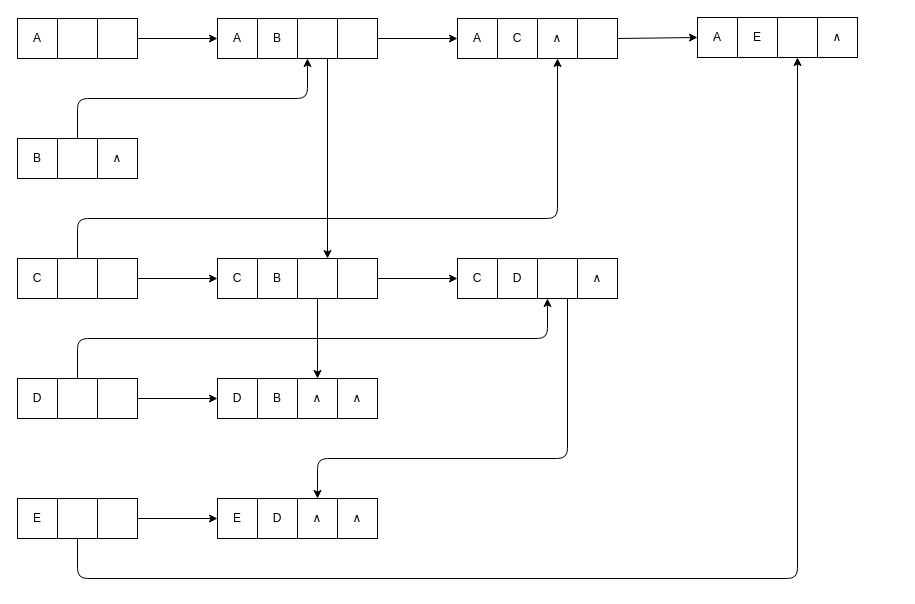
Above: Courses/Algorithms/ImgSubmission/Cross.drawio in HolmesAmzish/Milton-Code (draw.io), before the change. Source tidied: cells renumbered, new cells numbered last; positions are measured from the earlier drawing's top-left corner, leaving out a move shared by most shapes. Both pictures are drawn from the tidied source at 100%, with x=0, y=0 at pixel (17, 17).
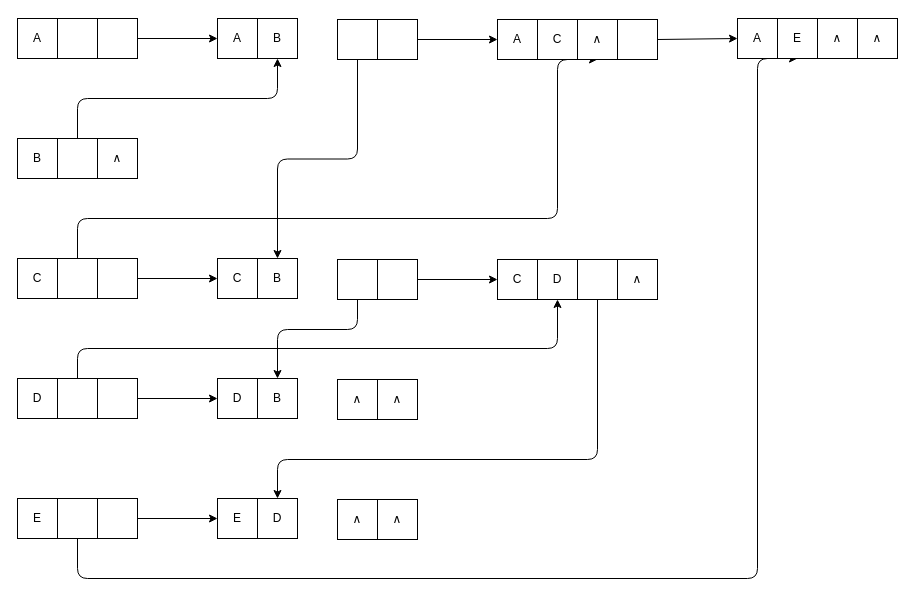
The same page after the edit.

The change refers to these unchanged cells:
```xml
<mxCell id="8" style="whiteSpace=wrap;html=1;" parent="1" vertex="1">
  <mxGeometry x="40" y="121" width="40" height="40" as="geometry" />
</mxCell>
<mxCell id="18" style="whiteSpace=wrap;html=1;" parent="1" vertex="1">
  <mxGeometry x="40" y="361" width="40" height="40" as="geometry" />
</mxCell>
<mxCell id="23" style="whiteSpace=wrap;html=1;" parent="1" vertex="1">
  <mxGeometry x="40" y="481" width="40" height="40" as="geometry" />
</mxCell>
<mxCell id="27" value="B" style="whiteSpace=wrap;html=1;" parent="1" vertex="1">
  <mxGeometry x="240" y="1" width="40" height="40" as="geometry" />
</mxCell>
<mxCell id="42" value="B" style="whiteSpace=wrap;html=1;" parent="1" vertex="1">
  <mxGeometry x="240" y="241" width="40" height="40" as="geometry" />
</mxCell>
<mxCell id="53" value="B" style="whiteSpace=wrap;html=1;" parent="1" vertex="1">
  <mxGeometry x="240" y="361" width="40" height="40" as="geometry" />
</mxCell>
<mxCell id="57" value="D" style="whiteSpace=wrap;html=1;" parent="1" vertex="1">
  <mxGeometry x="240" y="481" width="40" height="40" as="geometry" />
</mxCell>
```

The edit, as a diff of the source:
```diff
@@
-    <mxCell id="7" style="edgeStyle=orthogonalEdgeStyle;html=1;exitX=0.5;exitY=0;exitDx=0;exitDy=0;entryX=0.25;entryY=1;entryDx=0;entryDy=0;" parent="1" edge="1" source="8" target="29">
+    <mxCell id="7" style="edgeStyle=orthogonalEdgeStyle;html=1;exitX=0.5;exitY=0;exitDx=0;exitDy=0;entryX=0.5;entryY=1;entryDx=0;entryDy=0;" parent="1" edge="1" source="8" target="27">
       <mxGeometry relative="1" as="geometry" />
     </mxCell>
@@
-    <mxCell id="17" style="edgeStyle=orthogonalEdgeStyle;html=1;exitX=0.5;exitY=0;exitDx=0;exitDy=0;entryX=0.25;entryY=1;entryDx=0;entryDy=0;" parent="1" edge="1" source="18" target="50">
-      <mxGeometry relative="1" as="geometry" />
+    <mxCell id="17" style="edgeStyle=orthogonalEdgeStyle;html=1;exitX=0.5;exitY=0;exitDx=0;exitDy=0;entryX=0.5;entryY=1;entryDx=0;entryDy=0;" parent="1" edge="1" source="18" target="48">
+      <mxGeometry relative="1" as="geometry">
+        <Array as="points">
+          <mxPoint x="60" y="331" />
+          <mxPoint x="540" y="331" />
+        </Array>
+      </mxGeometry>
     </mxCell>
@@
-    <mxCell id="22" style="edgeStyle=orthogonalEdgeStyle;html=1;exitX=0.5;exitY=0;exitDx=0;exitDy=0;entryX=0.5;entryY=1;entryDx=0;entryDy=0;" parent="1" edge="1" source="23" target="39">
+    <mxCell id="22" style="edgeStyle=orthogonalEdgeStyle;html=1;exitX=0.5;exitY=1;exitDx=0;exitDy=0;entryX=0.5;entryY=1;entryDx=0;entryDy=0;" parent="1" edge="1" source="23" target="38">
       <mxGeometry relative="1" as="geometry">
         <Array as="points">
           <mxPoint x="60" y="561" />
-          <mxPoint x="780" y="561" />
+          <mxPoint x="740" y="561" />
         </Array>
       </mxGeometry>
     </mxCell>
@@
-    <mxCell id="28" style="edgeStyle=orthogonalEdgeStyle;html=1;exitX=0.75;exitY=1;exitDx=0;exitDy=0;entryX=0.75;entryY=0;entryDx=0;entryDy=0;" parent="1" edge="1" source="29" target="44">
+    <mxCell id="28" style="edgeStyle=orthogonalEdgeStyle;html=1;exitX=0.5;exitY=1;exitDx=0;exitDy=0;entryX=0.5;entryY=0;entryDx=0;entryDy=0;" parent="1" edge="1" source="29" target="42">
       <mxGeometry relative="1" as="geometry" />
     </mxCell>
     <mxCell id="29" style="whiteSpace=wrap;html=1;" parent="1" vertex="1">
-      <mxGeometry x="280" y="1" width="40" height="40" as="geometry" />
+      <mxGeometry x="320" y="2" width="40" height="40" as="geometry" />
     </mxCell>
@@
     <mxCell id="31" style="whiteSpace=wrap;html=1;" parent="1" vertex="1">
-      <mxGeometry x="320" y="1" width="40" height="40" as="geometry" />
+      <mxGeometry x="360" y="2" width="40" height="40" as="geometry" />
     </mxCell>
     <mxCell id="32" value="A" style="whiteSpace=wrap;html=1;" parent="1" vertex="1">
-      <mxGeometry x="440" y="1" width="40" height="40" as="geometry" />
+      <mxGeometry x="480" y="2" width="40" height="40" as="geometry" />
     </mxCell>
     <mxCell id="33" value="C" style="whiteSpace=wrap;html=1;" parent="1" vertex="1">
-      <mxGeometry x="480" y="1" width="40" height="40" as="geometry" />
+      <mxGeometry x="520" y="2" width="40" height="40" as="geometry" />
     </mxCell>
     <mxCell id="34" value="∧" style="whiteSpace=wrap;html=1;" parent="1" vertex="1">
-      <mxGeometry x="520" y="1" width="40" height="40" as="geometry" />
+      <mxGeometry x="560" y="2" width="40" height="40" as="geometry" />
     </mxCell>
@@
     <mxCell id="36" style="whiteSpace=wrap;html=1;" parent="1" vertex="1">
-      <mxGeometry x="560" y="1" width="40" height="40" as="geometry" />
+      <mxGeometry x="600" y="2" width="40" height="40" as="geometry" />
     </mxCell>
     <mxCell id="37" value="A" style="whiteSpace=wrap;html=1;" parent="1" vertex="1">
-      <mxGeometry x="680" width="40" height="40" as="geometry" />
+      <mxGeometry x="720" y="1" width="40" height="40" as="geometry" />
     </mxCell>
     <mxCell id="38" value="E" style="whiteSpace=wrap;html=1;" parent="1" vertex="1">
-      <mxGeometry x="720" width="40" height="40" as="geometry" />
+      <mxGeometry x="760" y="1" width="40" height="40" as="geometry" />
     </mxCell>
-    <mxCell id="39" style="whiteSpace=wrap;html=1;" parent="1" vertex="1">
-      <mxGeometry x="760" width="40" height="40" as="geometry" />
+    <mxCell id="39" value="∧" style="whiteSpace=wrap;html=1;" parent="1" vertex="1">
+      <mxGeometry x="800" y="1" width="40" height="40" as="geometry" />
     </mxCell>
     <mxCell id="40" value="∧" style="whiteSpace=wrap;html=1;" parent="1" vertex="1">
-      <mxGeometry x="800" width="40" height="40" as="geometry" />
+      <mxGeometry x="840" y="1" width="40" height="40" as="geometry" />
     </mxCell>
@@
-    <mxCell id="43" style="edgeStyle=orthogonalEdgeStyle;html=1;exitX=0.5;exitY=1;exitDx=0;exitDy=0;entryX=0.5;entryY=0;entryDx=0;entryDy=0;" parent="1" edge="1" source="44" target="54">
-      <mxGeometry relative="1" as="geometry" />
+    <mxCell id="43" style="edgeStyle=orthogonalEdgeStyle;html=1;exitX=0.5;exitY=1;exitDx=0;exitDy=0;entryX=0.5;entryY=0;entryDx=0;entryDy=0;" parent="1" edge="1" source="44" target="53">
+      <mxGeometry relative="1" as="geometry">
+        <Array as="points">
+          <mxPoint x="340" y="312" />
+          <mxPoint x="260" y="312" />
+        </Array>
+      </mxGeometry>
     </mxCell>
     <mxCell id="44" style="whiteSpace=wrap;html=1;" parent="1" vertex="1">
-      <mxGeometry x="280" y="241" width="40" height="40" as="geometry" />
+      <mxGeometry x="320" y="242" width="40" height="40" as="geometry" />
     </mxCell>
@@
     <mxCell id="46" style="whiteSpace=wrap;html=1;" parent="1" vertex="1">
-      <mxGeometry x="320" y="241" width="40" height="40" as="geometry" />
+      <mxGeometry x="360" y="242" width="40" height="40" as="geometry" />
     </mxCell>
     <mxCell id="47" value="C" style="whiteSpace=wrap;html=1;" parent="1" vertex="1">
-      <mxGeometry x="440" y="241" width="40" height="40" as="geometry" />
+      <mxGeometry x="480" y="242" width="40" height="40" as="geometry" />
     </mxCell>
     <mxCell id="48" value="D" style="whiteSpace=wrap;html=1;" parent="1" vertex="1">
-      <mxGeometry x="480" y="241" width="40" height="40" as="geometry" />
+      <mxGeometry x="520" y="242" width="40" height="40" as="geometry" />
     </mxCell>
-    <mxCell id="49" style="edgeStyle=orthogonalEdgeStyle;html=1;exitX=0.75;exitY=1;exitDx=0;exitDy=0;entryX=0.5;entryY=0;entryDx=0;entryDy=0;" parent="1" edge="1" source="50" target="58">
+    <mxCell id="49" style="edgeStyle=orthogonalEdgeStyle;html=1;entryX=0.5;entryY=0;entryDx=0;entryDy=0;" parent="1" edge="1" target="57">
       <mxGeometry relative="1" as="geometry">
+        <mxPoint x="580" y="282" as="sourcePoint" />
         <Array as="points">
-          <mxPoint x="550" y="441" />
-          <mxPoint x="300" y="441" />
+          <mxPoint x="580" y="442" />
+          <mxPoint x="260" y="442" />
         </Array>
       </mxGeometry>
     </mxCell>
     <mxCell id="50" style="whiteSpace=wrap;html=1;" parent="1" vertex="1">
-      <mxGeometry x="520" y="241" width="40" height="40" as="geometry" />
+      <mxGeometry x="560" y="242" width="40" height="40" as="geometry" />
     </mxCell>
     <mxCell id="51" value="∧" style="whiteSpace=wrap;html=1;" parent="1" vertex="1">
-      <mxGeometry x="560" y="241" width="40" height="40" as="geometry" />
+      <mxGeometry x="600" y="242" width="40" height="40" as="geometry" />
     </mxCell>
@@
     <mxCell id="54" value="∧" style="whiteSpace=wrap;html=1;" parent="1" vertex="1">
-      <mxGeometry x="280" y="361" width="40" height="40" as="geometry" />
+      <mxGeometry x="320" y="362" width="40" height="40" as="geometry" />
     </mxCell>
     <mxCell id="55" value="∧" style="whiteSpace=wrap;html=1;" parent="1" vertex="1">
-      <mxGeometry x="320" y="361" width="40" height="40" as="geometry" />
+      <mxGeometry x="360" y="362" width="40" height="40" as="geometry" />
     </mxCell>
@@
     <mxCell id="58" value="∧" style="whiteSpace=wrap;html=1;" parent="1" vertex="1">
-      <mxGeometry x="280" y="481" width="40" height="40" as="geometry" />
+      <mxGeometry x="320" y="482" width="40" height="40" as="geometry" />
     </mxCell>
     <mxCell id="59" value="∧" style="whiteSpace=wrap;html=1;" parent="1" vertex="1">
-      <mxGeometry x="320" y="481" width="40" height="40" as="geometry" />
+      <mxGeometry x="360" y="482" width="40" height="40" as="geometry" />
     </mxCell>
```
